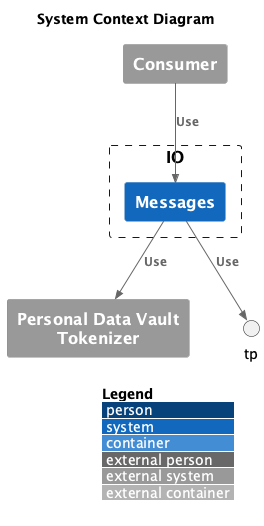
Earlier version of the PlantUML export docs/data-plan/data-plan-system-context.png (pagopa/io-messages).
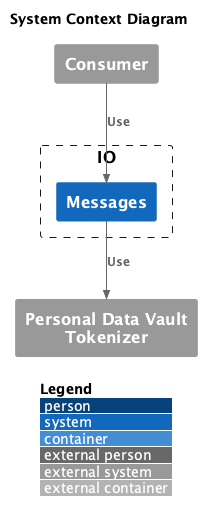
The same file after the commit.

Commit message:
docs: fix system-=context documentation

The edit, as a diff of the source:
```diff
@@ -16,6 +16,5 @@
 
 Rel(consumer, io_msgs, "Use")
 Rel(io_msgs, pdv, "Use")
-Rel(io_msgs, tp, "Use")
 
 @enduml
```
